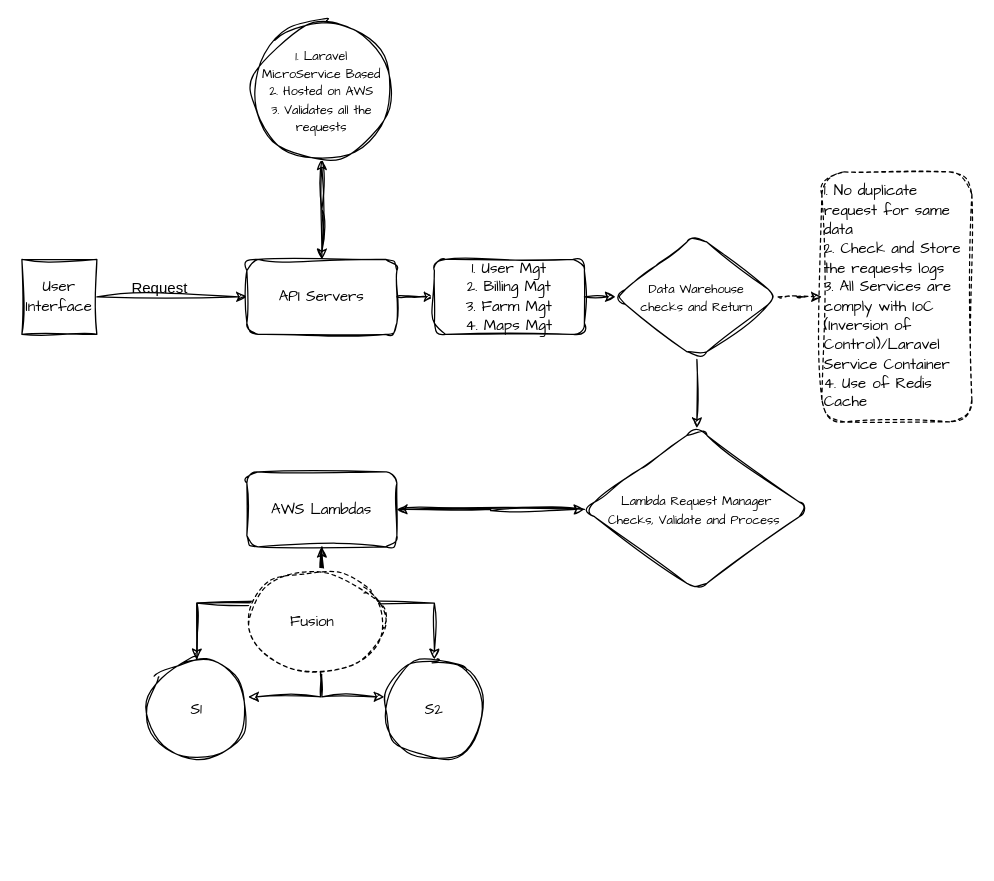
Above: SpaceNus-BackEnd_API_Services.drawio in AsifKibria/SpaceNus-API-Diagram (draw.io), before the change. Source tidied: cells renumbered, new cells numbered last; positions are measured from the earlier drawing's top-left corner, leaving out a move shared by most shapes. Both pictures are drawn from the tidied source at 125%, with x=0, y=0 at pixel (21, 21).
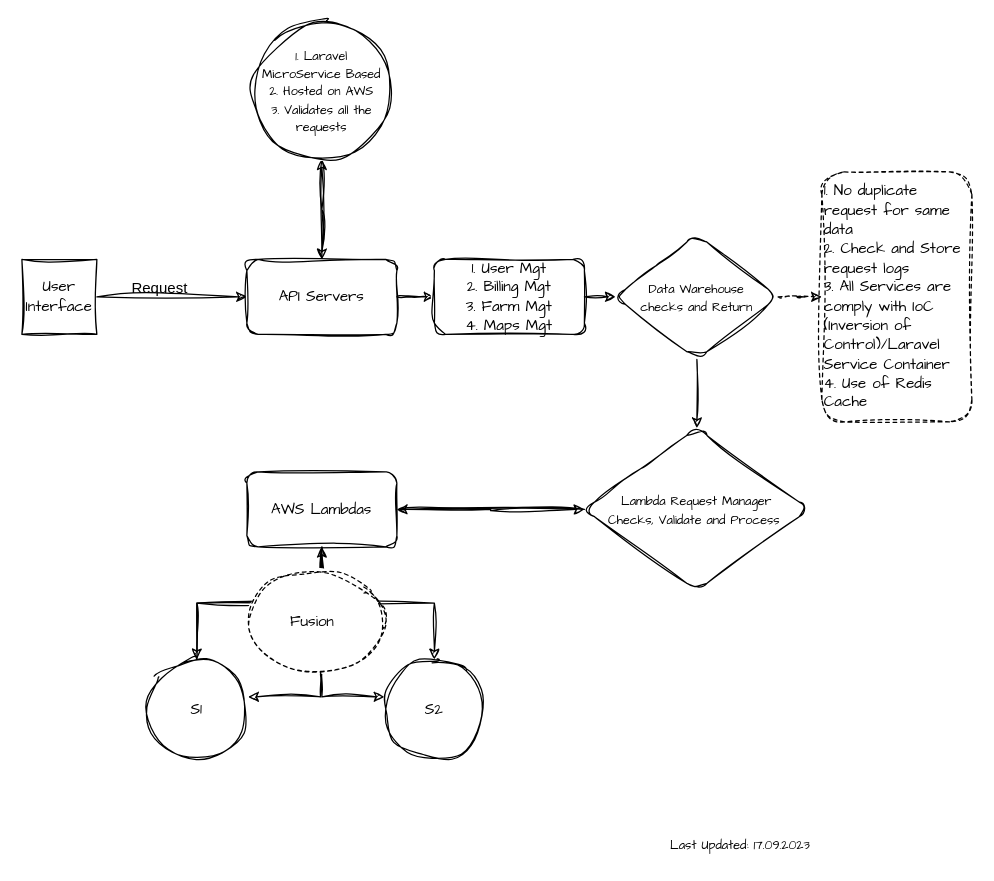
The same page after the edit.

What changed in the source:
```diff
@@
-    <mxCell id="26" value="&lt;div style=&quot;&quot;&gt;&lt;span style=&quot;background-color: initial;&quot;&gt;&lt;font face=&quot;Comic Sans MS&quot;&gt;1. No duplicate request for same data&lt;/font&gt;&lt;/span&gt;&lt;/div&gt;&lt;font face=&quot;Comic Sans MS&quot;&gt;2. Check and Store the requests logs&lt;br&gt;3. All Services are comply with IoC (Inversion of Control)/Laravel Service Container&lt;br&gt;4. Use of Redis Cache&lt;/font&gt;" style="whiteSpace=wrap;html=1;rounded=1;dashed=1;align=left;sketch=1;curveFitting=1;jiggle=2;labelBackgroundColor=none;" parent="1" vertex="1">
+    <mxCell id="26" value="&lt;div style=&quot;&quot;&gt;&lt;span style=&quot;background-color: initial;&quot;&gt;&lt;font face=&quot;Comic Sans MS&quot;&gt;1. No duplicate request for same data&lt;/font&gt;&lt;/span&gt;&lt;/div&gt;&lt;font face=&quot;Comic Sans MS&quot;&gt;2. Check and Store request logs&lt;br&gt;3. All Services are comply with IoC (Inversion of Control)/Laravel Service Container&lt;br&gt;4. Use of Redis Cache&lt;/font&gt;" style="whiteSpace=wrap;html=1;rounded=1;dashed=1;align=left;sketch=1;curveFitting=1;jiggle=2;labelBackgroundColor=none;" parent="1" vertex="1">
       <mxGeometry x="640" y="120" width="120" height="200" as="geometry" />
     </mxCell>
@@
+    <mxCell id="29" value="&lt;font style=&quot;font-size: 10px;&quot;&gt;Last Updated: 17.09.2023&lt;/font&gt;" style="text;html=1;strokeColor=none;fillColor=none;align=center;verticalAlign=middle;whiteSpace=wrap;rounded=0;fontSize=20;fontFamily=Architects Daughter;" parent="1" vertex="1">
+      <mxGeometry x="460" y="640" width="230" height="30" as="geometry" />
+    </mxCell>
```
